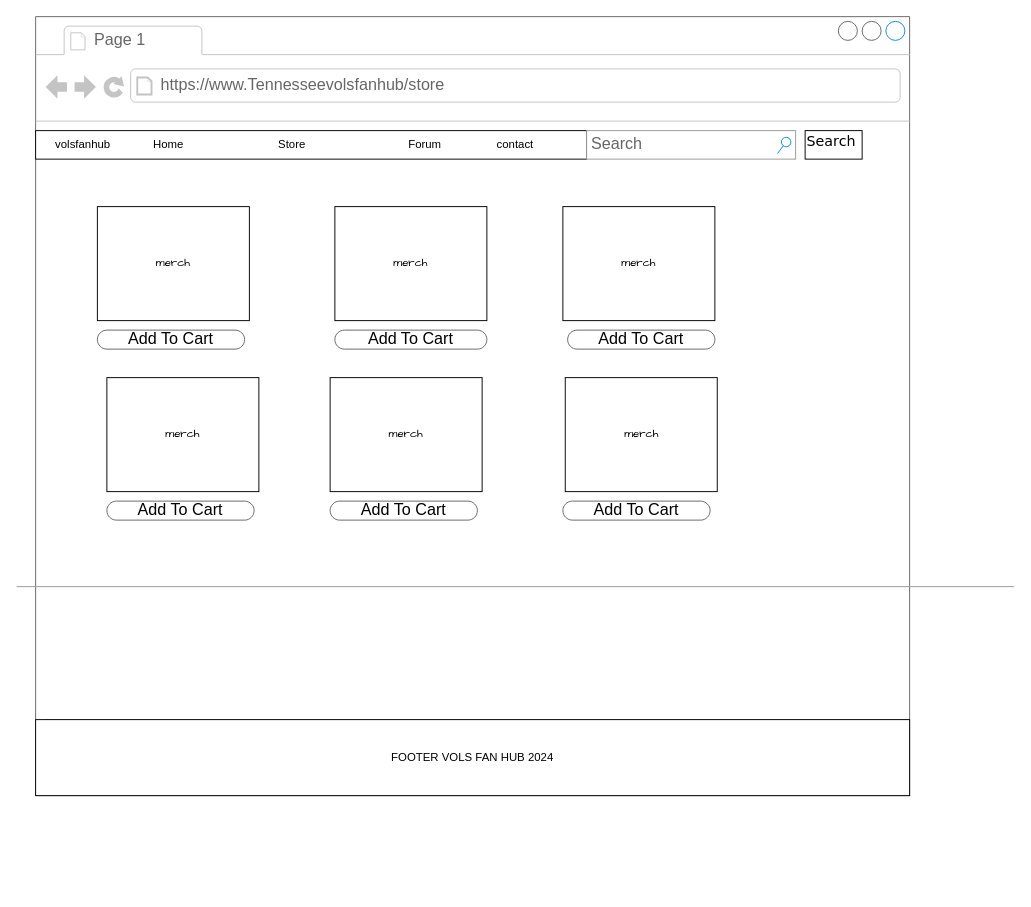
The draw.io diagram Untitled Diagram.drawio in Lucasw7493/gittemp, before the edit. Source tidied: cells renumbered, new cells numbered last; positions are measured from the earlier drawing's top-left corner, leaving out a move shared by most shapes. Both pictures are drawn from the tidied source at 95%, with x=0, y=0 at pixel (16, 16).
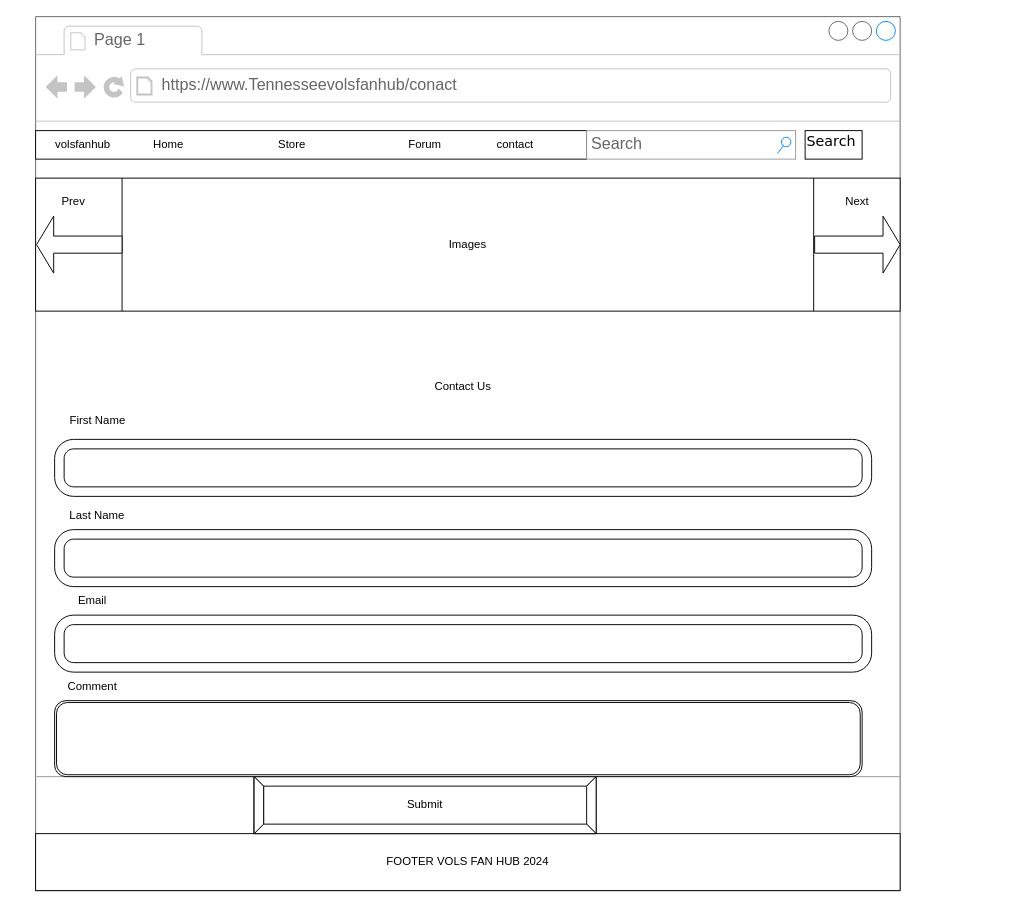
The same diagram, later.

What changed in the source:
```diff
@@
     <mxCell id="2" style="strokeWidth=1;shadow=0;dashed=0;align=center;html=1;shape=mxgraph.mockup.containers.browserWindow;rSize=0;strokeColor=#666666;mainText=,;rounded=0;labelBackgroundColor=none;fontFamily=Verdana;fontSize=12;" parent="1" vertex="1">
-      <mxGeometry x="20" width="920" height="820" as="geometry" />
+      <mxGeometry x="20" width="910" height="920" as="geometry" />
     </mxCell>
@@
-    <mxCell id="6" value="https://www.Tennesseevolsfanhub/store" style="strokeWidth=1;shadow=0;dashed=0;align=center;html=1;shape=mxgraph.mockup.containers.anchor;rSize=0;fontSize=17;fontColor=#666666;align=left;" parent="2" vertex="1">
-      <mxGeometry x="130" y="60" width="310" height="26" as="geometry" />
+    <mxCell id="6" value="https://www.Tennesseevolsfanhub/conact" style="strokeWidth=1;shadow=0;dashed=0;align=center;html=1;shape=mxgraph.mockup.containers.anchor;rSize=0;fontSize=17;fontColor=#666666;align=left;" parent="2" vertex="1">
+      <mxGeometry x="131" y="60" width="310" height="26" as="geometry" />
     </mxCell>
@@
-    <mxCell id="9" style="verticalLabelPosition=bottom;shadow=0;dashed=0;align=center;html=1;verticalAlign=top;strokeWidth=1;shape=mxgraph.mockup.markup.line;strokeColor=#999999;rounded=0;labelBackgroundColor=none;fillColor=#ffffff;fontFamily=Verdana;fontSize=12;fontColor=#000000;" parent="2" vertex="1">
-      <mxGeometry x="-20" y="590" width="1050" height="20" as="geometry" />
-    </mxCell>
-    <mxCell id="10" value="Add To Cart" style="strokeWidth=1;shadow=0;dashed=0;align=center;html=1;shape=mxgraph.mockup.buttons.button;strokeColor=#666666;mainText=;buttonStyle=round;fontSize=17;fontStyle=0;fillColor=none;whiteSpace=wrap;rounded=0;labelBackgroundColor=none;" parent="2" vertex="1">
-      <mxGeometry x="65" y="330" width="155" height="20" as="geometry" />
-    </mxCell>
-    <mxCell id="11" value="Add To Cart" style="strokeWidth=1;shadow=0;dashed=0;align=center;html=1;shape=mxgraph.mockup.buttons.button;strokeColor=#666666;mainText=;buttonStyle=round;fontSize=17;fontStyle=0;fillColor=none;whiteSpace=wrap;rounded=0;labelBackgroundColor=none;" parent="2" vertex="1">
-      <mxGeometry x="315" y="330" width="160" height="20" as="geometry" />
-    </mxCell>
     <mxCell id="12" style="verticalLabelPosition=bottom;shadow=0;dashed=0;align=center;html=1;verticalAlign=top;strokeWidth=1;shape=mxgraph.mockup.markup.line;strokeColor=#999999;rounded=0;labelBackgroundColor=none;fillColor=#ffffff;fontFamily=Verdana;fontSize=12;fontColor=#000000;" parent="2" vertex="1">
-      <mxGeometry x="10" y="730" width="910" height="20" as="geometry" />
+      <mxGeometry x="1" y="790" width="910" height="20" as="geometry" />
     </mxCell>
@@
-    <mxCell id="18" value="merch" style="rounded=0;whiteSpace=wrap;html=1;fontFamily=Architects Daughter;" parent="2" vertex="1">
-      <mxGeometry x="65" y="200" width="160" height="120" as="geometry" />
-    </mxCell>
-    <mxCell id="19" value="merch" style="rounded=0;whiteSpace=wrap;html=1;fontFamily=Architects Daughter;" parent="2" vertex="1">
-      <mxGeometry x="315" y="200" width="160" height="120" as="geometry" />
-    </mxCell>
-    <mxCell id="20" value="Add To Cart" style="strokeWidth=1;shadow=0;dashed=0;align=center;html=1;shape=mxgraph.mockup.buttons.button;strokeColor=#666666;mainText=;buttonStyle=round;fontSize=17;fontStyle=0;fillColor=none;whiteSpace=wrap;rounded=0;labelBackgroundColor=none;" parent="2" vertex="1">
-      <mxGeometry x="560" y="330" width="155" height="20" as="geometry" />
-    </mxCell>
-    <mxCell id="21" value="merch" style="rounded=0;whiteSpace=wrap;html=1;fontFamily=Architects Daughter;" parent="2" vertex="1">
-      <mxGeometry x="555" y="200" width="160" height="120" as="geometry" />
-    </mxCell>
     <mxCell id="22" value="FOOTER VOLS FAN HUB 2024" style="rounded=0;whiteSpace=wrap;html=1;" parent="2" vertex="1">
-      <mxGeometry y="740" width="920" height="80" as="geometry" />
+      <mxGeometry y="860" width="910" height="60" as="geometry" />
     </mxCell>
-    <mxCell id="23" value="merch" style="rounded=0;whiteSpace=wrap;html=1;fontFamily=Architects Daughter;" parent="2" vertex="1">
-      <mxGeometry x="557.5" y="380" width="160" height="120" as="geometry" />
-    </mxCell>
-    <mxCell id="24" value="merch" style="rounded=0;whiteSpace=wrap;html=1;fontFamily=Architects Daughter;" parent="2" vertex="1">
-      <mxGeometry x="310" y="380" width="160" height="120" as="geometry" />
-    </mxCell>
-    <mxCell id="25" value="merch" style="rounded=0;whiteSpace=wrap;html=1;fontFamily=Architects Daughter;" parent="2" vertex="1">
-      <mxGeometry x="75" y="380" width="160" height="120" as="geometry" />
-    </mxCell>
-    <mxCell id="26" value="Add To Cart" style="strokeWidth=1;shadow=0;dashed=0;align=center;html=1;shape=mxgraph.mockup.buttons.button;strokeColor=#666666;mainText=;buttonStyle=round;fontSize=17;fontStyle=0;fillColor=none;whiteSpace=wrap;rounded=0;labelBackgroundColor=none;" parent="2" vertex="1">
-      <mxGeometry x="75" y="510" width="155" height="20" as="geometry" />
-    </mxCell>
-    <mxCell id="27" value="Add To Cart" style="strokeWidth=1;shadow=0;dashed=0;align=center;html=1;shape=mxgraph.mockup.buttons.button;strokeColor=#666666;mainText=;buttonStyle=round;fontSize=17;fontStyle=0;fillColor=none;whiteSpace=wrap;rounded=0;labelBackgroundColor=none;" parent="2" vertex="1">
-      <mxGeometry x="310" y="510" width="155" height="20" as="geometry" />
-    </mxCell>
-    <mxCell id="28" value="Add To Cart" style="strokeWidth=1;shadow=0;dashed=0;align=center;html=1;shape=mxgraph.mockup.buttons.button;strokeColor=#666666;mainText=;buttonStyle=round;fontSize=17;fontStyle=0;fillColor=none;whiteSpace=wrap;rounded=0;labelBackgroundColor=none;" parent="2" vertex="1">
-      <mxGeometry x="555" y="510" width="155" height="20" as="geometry" />
-    </mxCell>
+    <mxCell id="29" value="Contact Us" style="text;html=1;align=center;verticalAlign=middle;whiteSpace=wrap;rounded=0;" parent="2" vertex="1">
+      <mxGeometry x="370" y="355" width="160" height="70" as="geometry" />
+    </mxCell>
+    <mxCell id="30" value="Images" style="shape=process;whiteSpace=wrap;html=1;backgroundOutline=1;" parent="2" vertex="1">
+      <mxGeometry y="170" width="910" height="140" as="geometry" />
+    </mxCell>
+    <mxCell id="31" style="shape=singleArrow;whiteSpace=wrap;html=1;" parent="2" vertex="1">
+      <mxGeometry x="820" y="210" width="90" height="60" as="geometry" />
+    </mxCell>
+    <mxCell id="32" style="shape=singleArrow;whiteSpace=wrap;html=1;direction=west;" parent="2" vertex="1">
+      <mxGeometry x="1" y="210" width="90" height="60" as="geometry" />
+    </mxCell>
+    <mxCell id="33" value="Prev" style="text;html=1;align=center;verticalAlign=middle;whiteSpace=wrap;rounded=0;" parent="2" vertex="1">
+      <mxGeometry x="10" y="180" width="60" height="30" as="geometry" />
+    </mxCell>
+    <mxCell id="34" value="Next" style="text;html=1;align=center;verticalAlign=middle;whiteSpace=wrap;rounded=0;" parent="2" vertex="1">
+      <mxGeometry x="835" y="180" width="60" height="30" as="geometry" />
+    </mxCell>
+    <mxCell id="35" style="verticalLabelPosition=bottom;verticalAlign=top;html=1;shape=mxgraph.basic.rounded_frame;dx=10;whiteSpace=wrap;" parent="2" vertex="1">
+      <mxGeometry x="20" y="445" width="860" height="60" as="geometry" />
+    </mxCell>
+    <mxCell id="36" value="First Name" style="text;html=1;align=center;verticalAlign=middle;whiteSpace=wrap;rounded=0;" parent="2" vertex="1">
+      <mxGeometry x="31" y="410" width="69" height="30" as="geometry" />
+    </mxCell>
+    <mxCell id="37" style="verticalLabelPosition=bottom;verticalAlign=top;html=1;shape=mxgraph.basic.rounded_frame;dx=10;whiteSpace=wrap;" parent="2" vertex="1">
+      <mxGeometry x="20" y="540" width="860" height="60" as="geometry" />
+    </mxCell>
+    <mxCell id="38" value="Last Name" style="text;html=1;align=center;verticalAlign=middle;whiteSpace=wrap;rounded=0;" parent="2" vertex="1">
+      <mxGeometry x="30" y="510" width="70" height="30" as="geometry" />
+    </mxCell>
+    <mxCell id="39" style="verticalLabelPosition=bottom;verticalAlign=top;html=1;shape=mxgraph.basic.rounded_frame;dx=10;whiteSpace=wrap;" parent="2" vertex="1">
+      <mxGeometry x="20" y="630" width="860" height="60" as="geometry" />
+    </mxCell>
+    <mxCell id="40" value="Email" style="text;html=1;align=center;verticalAlign=middle;whiteSpace=wrap;rounded=0;" parent="2" vertex="1">
+      <mxGeometry x="30" y="600" width="60" height="30" as="geometry" />
+    </mxCell>
+    <mxCell id="41" value="Comment" style="text;html=1;align=center;verticalAlign=middle;whiteSpace=wrap;rounded=0;" parent="2" vertex="1">
+      <mxGeometry x="30" y="690" width="60" height="30" as="geometry" />
+    </mxCell>
+    <mxCell id="42" value="Submit" style="labelPosition=center;verticalLabelPosition=middle;align=center;html=1;shape=mxgraph.basic.button;dx=10;whiteSpace=wrap;" parent="2" vertex="1">
+      <mxGeometry x="230" y="800" width="360" height="60" as="geometry" />
+    </mxCell>
+    <mxCell id="43" style="shape=ext;double=1;rounded=1;whiteSpace=wrap;html=1;" parent="1" vertex="1">
+      <mxGeometry x="40" y="720" width="850" height="80" as="geometry" />
+    </mxCell>
```
